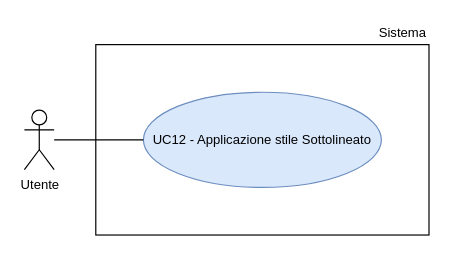
This is RTB/doc_esterna/analisi-dei-requisiti/assets/draw.io/UC12.drawio from thebitless-group-swe/thebitless.github.io, a draw.io file, before an edit. Source tidied: cells renumbered, new cells numbered last; positions are measured from the earlier drawing's top-left corner, leaving out a move shared by most shapes. Both pictures are drawn from the tidied source at 119%, with x=0, y=0 at pixel (24, 20).
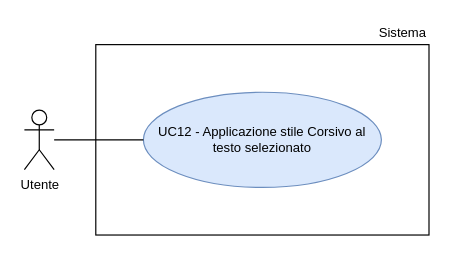
Above is the later version.

The edit, as a diff of the source:
```diff
@@
 <mxGraphModel>
   <root>
     <mxCell id="0" />
     <mxCell id="1" parent="0" />
     <mxCell id="2" value="Utente" style="shape=umlActor;verticalLabelPosition=bottom;verticalAlign=top;html=1;outlineConnect=0;fontSize=11;" parent="1" vertex="1">
       <mxGeometry y="75" width="25" height="50" as="geometry" />
     </mxCell>
     <mxCell id="3" style="rounded=0;whiteSpace=wrap;html=1;strokeWidth=1;" parent="1" vertex="1">
       <mxGeometry x="60" y="20" width="280" height="160" as="geometry" />
     </mxCell>
     <mxCell id="4" value="Sistema" style="text;html=1;whiteSpace=wrap;strokeColor=none;fillColor=none;align=right;verticalAlign=middle;fontSize=11;" parent="1" vertex="1">
       <mxGeometry x="270" width="70" height="20" as="geometry" />
     </mxCell>
-    <mxCell id="5" value="UC12 - Applicazione stile Sottolineato" style="ellipse;whiteSpace=wrap;html=1;fillColor=#dae8fc;strokeColor=#6c8ebf;fontSize=11;" parent="1" vertex="1">
+    <mxCell id="5" value="UC12 - Applicazione stile Corsivo al testo selezionato" style="ellipse;whiteSpace=wrap;html=1;fillColor=#dae8fc;strokeColor=#6c8ebf;fontSize=11;" parent="1" vertex="1">
       <mxGeometry x="100" y="60" width="200" height="80" as="geometry" />
     </mxCell>
     <mxCell id="6" style="edgeStyle=none;rounded=0;jettySize=auto;html=1;endArrow=none;endFill=0;" parent="1" edge="1" source="2" target="5">
       <mxGeometry relative="1" as="geometry" />
     </mxCell>
   </root>
 </mxGraphModel>
```
